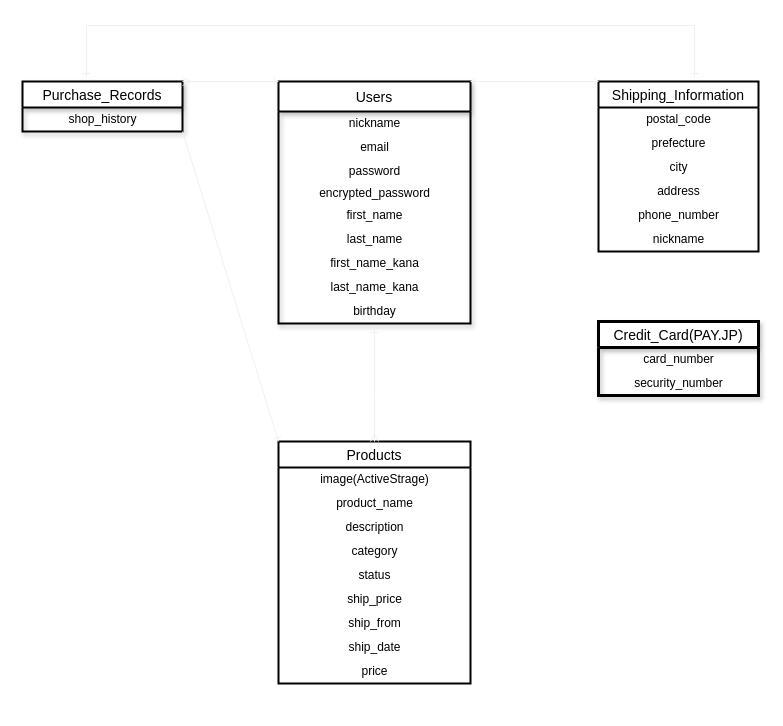
The draw.io diagram ER図.dio in TomokiYatsunami/furima-35529, before the edit. Source tidied: cells renumbered, new cells numbered last; positions are measured from the earlier drawing's top-left corner, leaving out a move shared by most shapes. Both pictures are drawn from the tidied source at 100%, with x=0, y=0 at pixel (22, 25).
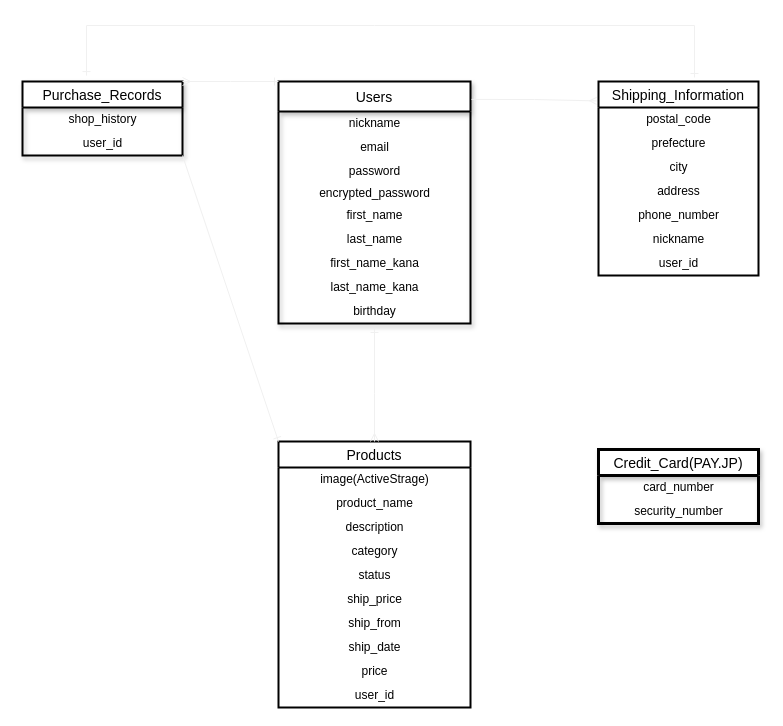
Above is the later version.

The change refers to these unchanged cells:
```xml
<mxCell id="2" value="Users" style="swimlane;fontStyle=0;horizontal=1;startSize=30;align=center;fontSize=14;shadow=1;strokeWidth=2;perimeterSpacing=0;" parent="1" vertex="1">
  <mxGeometry x="256" y="56" width="192" height="242" as="geometry" />
</mxCell>
```

The edit, as a diff of the source:
```diff
@@
     <mxCell id="12" value="Products" style="swimlane;fontStyle=0;horizontal=1;startSize=26;align=center;fontSize=14;strokeWidth=2;" parent="1" vertex="1">
-      <mxGeometry x="256" y="416" width="192" height="242" as="geometry" />
+      <mxGeometry x="256" y="416" width="192" height="266" as="geometry" />
     </mxCell>
@@
+    <mxCell id="39" value="user_id" style="text;html=1;align=center;verticalAlign=middle;" parent="12" vertex="1">
+      <mxGeometry y="242" width="192" height="24" as="geometry" />
+    </mxCell>
     <mxCell id="22" value="Shipping_Information" style="swimlane;fontStyle=0;horizontal=1;startSize=26;align=center;fontSize=14;strokeWidth=2;" parent="1" vertex="1">
-      <mxGeometry x="576" y="56" width="160" height="170" as="geometry" />
+      <mxGeometry x="576" y="56" width="160" height="194" as="geometry" />
     </mxCell>
@@
+    <mxCell id="40" value="user_id" style="text;html=1;align=center;verticalAlign=middle;" parent="22" vertex="1">
+      <mxGeometry y="170" width="160" height="24" as="geometry" />
+    </mxCell>
-    <mxCell id="29" style="endArrow=ERone;html=1;rounded=0;strokeColor=#f0f0f0;strokeWidth=1;startArrow=ERone;startFill=0;endFill=0;endSize=5;startSize=5;entryX=0;entryY=0;entryDx=0;entryDy=0;exitX=1;exitY=0;exitDx=0;exitDy=0;" parent="1" edge="1" source="2" target="22">
-      <mxGeometry relative="1" as="geometry" />
+    <mxCell id="29" style="endArrow=ERmany;html=1;rounded=0;strokeColor=#f0f0f0;strokeWidth=1;startArrow=ERone;startFill=0;endFill=0;endSize=5;startSize=5;entryX=-0.012;entryY=0.1;entryDx=0;entryDy=0;exitX=1.005;exitY=0.074;exitDx=0;exitDy=0;exitPerimeter=0;entryPerimeter=0;" parent="1" edge="1" source="2" target="22">
+      <mxGeometry relative="1" as="geometry">
+        <Array as="points">
+          <mxPoint x="512" y="74" />
+        </Array>
+      </mxGeometry>
     </mxCell>
@@
     <mxCell id="31" value="Purchase_Records" style="swimlane;fontStyle=0;horizontal=1;startSize=26;align=center;fontSize=14;shadow=1;strokeWidth=2;" parent="1" vertex="1">
-      <mxGeometry y="56" width="160" height="50" as="geometry" />
+      <mxGeometry y="56" width="160" height="74" as="geometry" />
     </mxCell>
@@
+    <mxCell id="41" value="user_id" style="text;html=1;align=center;verticalAlign=middle;" parent="31" vertex="1">
+      <mxGeometry y="50" width="160" height="24" as="geometry" />
+    </mxCell>
@@
     <mxCell id="34" value="Credit_Card(PAY.JP)" style="swimlane;fontStyle=0;horizontal=1;startSize=26;align=center;fontSize=14;shadow=1;strokeWidth=3;" parent="1" vertex="1">
-      <mxGeometry x="576" y="296" width="160" height="74" as="geometry" />
+      <mxGeometry x="576" y="424" width="160" height="74" as="geometry" />
     </mxCell>
```
